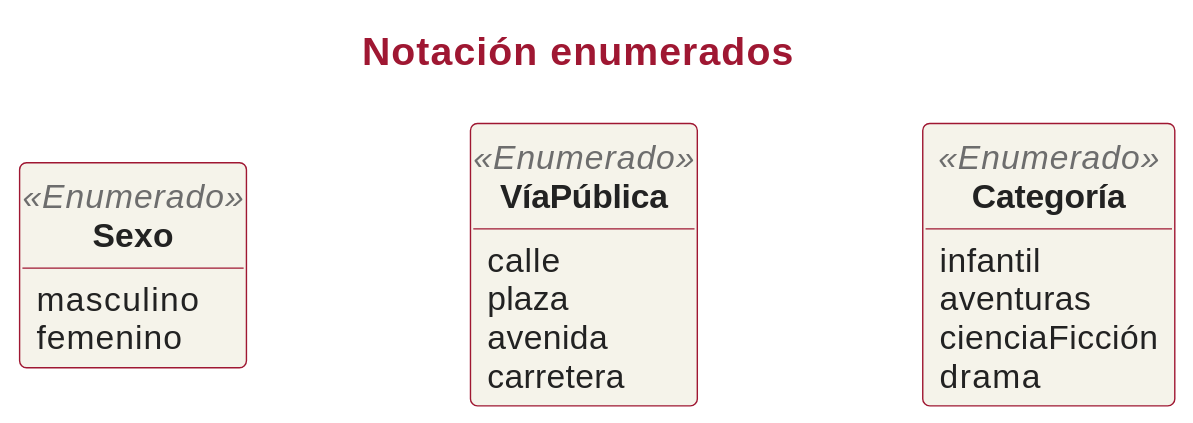
IISSI-US/web keeps this PlantUML diagram as assets/slides/iissi1/t6-introduccion-al-modelado-conceptual/puml/dc-notacion-enumerados.svg. Above is the earlier version.
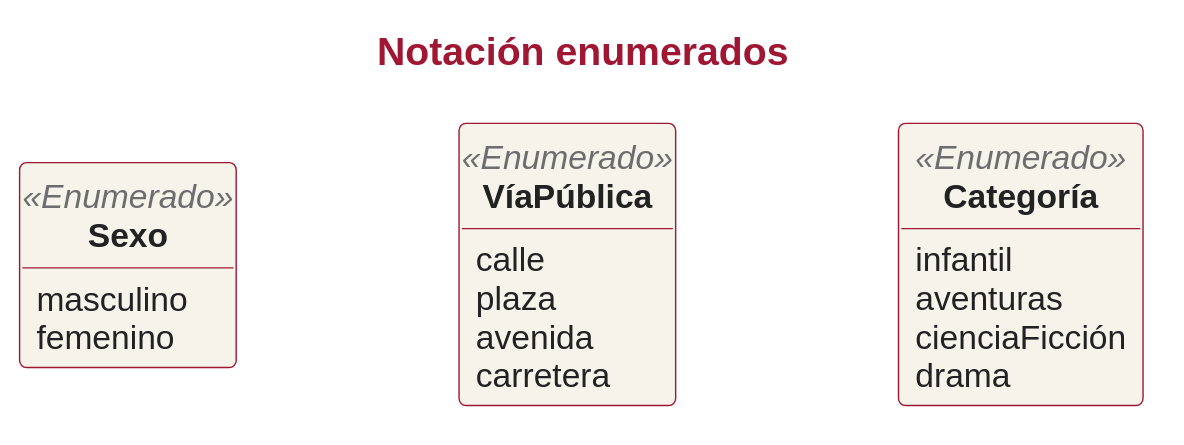
After the change.

Diff of the diagram source:
```diff
@@ -2,10 +2,22 @@
 title Notación enumerados
 !include ../../puml/teoria.iuml
 
-!include Sexo.iuml
-!include ViaPublica.iuml
-!include Categoria.iuml
-
+Class Sexo << Enumerado >>{
+    masculino
+    femenino
+}
+Class VíaPública << Enumerado >>{
+calle
+plaza
+avenida
+carretera
+}
+Class Categoría << Enumerado >>{
+infantil
+aventuras
+cienciaFicción
+drama
+}
 Sexo -[hidden]> VíaPública
 VíaPública -[hidden]> Categoría
 @enduml
```
